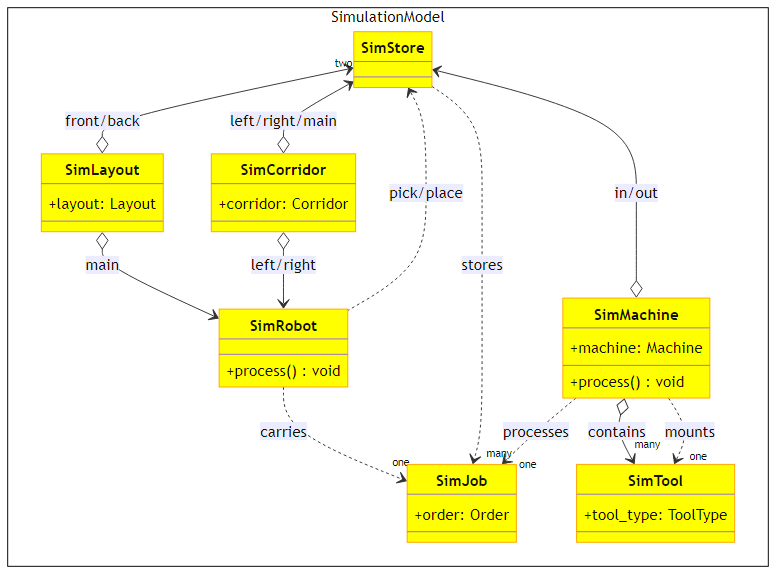
Above: models/simulation-model-minimal-2.png in ghackenberg/salabim-grid-plant-3D (Mermaid), before the change. Its source is kept beside it as models/simulation-model-minimal-2.mmd.
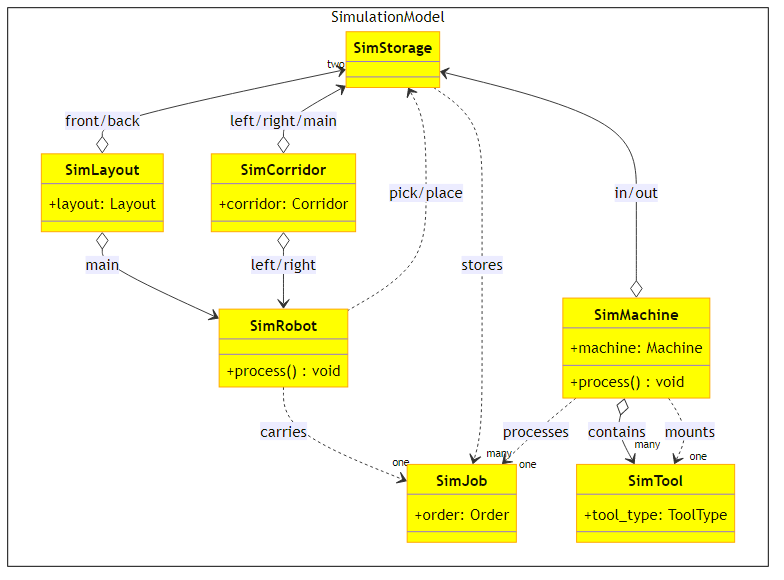
The same file after the commit.

Commit message:
work on figures for manuscript

What changed in the source:
```diff
@@ -4,7 +4,7 @@
 
     namespace SimulationModel {
 
-        class SimStore {
+        class SimStorage {
         }
         class SimJob {
             +order: Order
@@ -32,14 +32,14 @@
 
     SimCorridor o--> SimRobot: left/right
 
-    SimStore <.. SimRobot: pick/place
+    SimStorage <.. SimRobot: pick/place
 
     SimRobot ..>"one" SimJob: carries
 
-    SimStore ..>"many" SimJob: stores
-    SimStore <--o SimMachine: in/out
-    SimStore <--o SimCorridor: left/right/main
-    SimStore "two"<--o SimLayout: front/back
+    SimStorage ..>"many" SimJob: stores
+    SimStorage <--o SimMachine: in/out
+    SimStorage <--o SimCorridor: left/right/main
+    SimStorage "two"<--o SimLayout: front/back
 
     SimMachine ..>"one" SimJob: processes
     SimMachine o-->"many" SimTool: contains
@@ -49,6 +49,6 @@
     style SimJob fill:yellow,stroke:orange
     style SimMachine fill:yellow,stroke:orange
     style SimTool fill:yellow,stroke:orange
-    style SimStore fill:yellow,stroke:orange
+    style SimStorage fill:yellow,stroke:orange
     style SimCorridor fill:yellow,stroke:orange
     style SimLayout fill:yellow,stroke:orange
```
